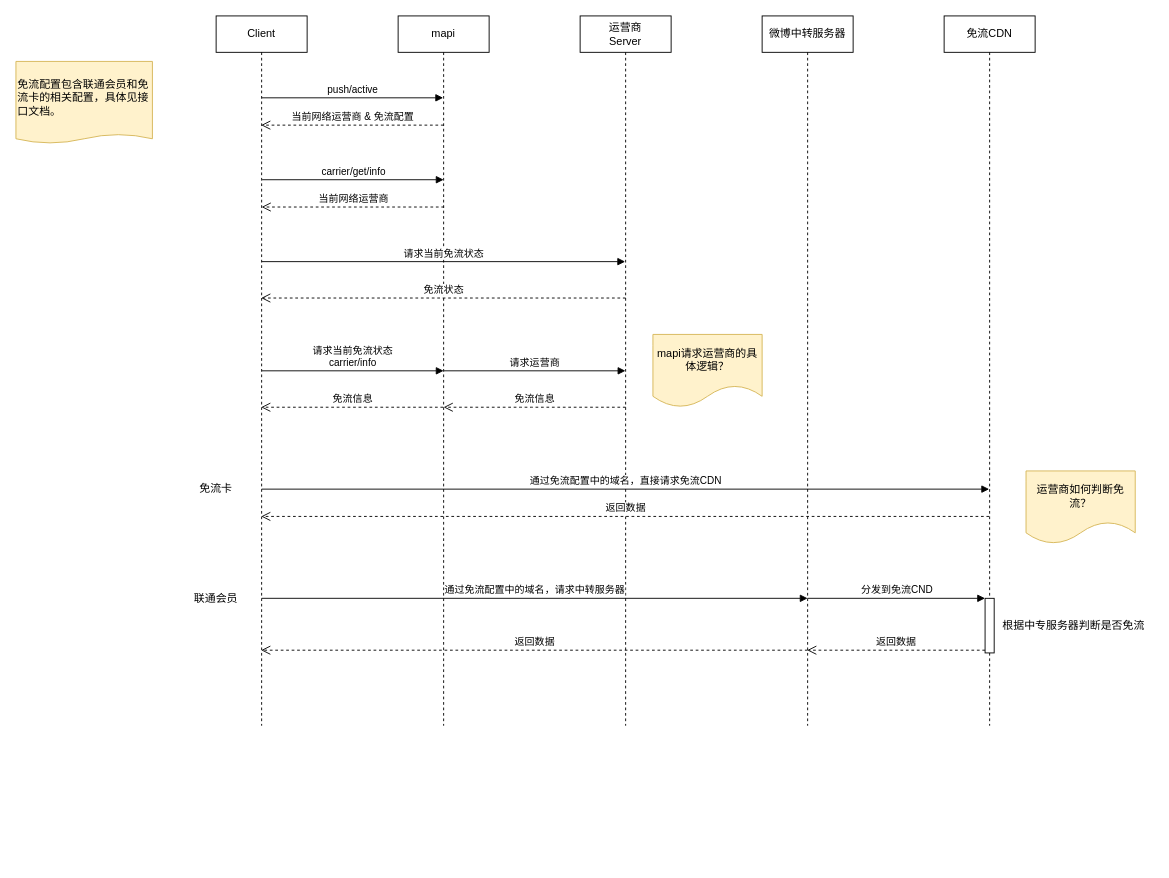
Earlier version of the draw.io diagram page "时序图" (2 of 2) of weibo/微博免流.drawio (huabeiyipilang/disk). Source tidied: cells renumbered, new cells numbered last; positions are measured from the earlier drawing's top-left corner, leaving out a move shared by most shapes. Both pictures are drawn from the tidied source at 91%, with x=0, y=0 at pixel (15, 15).
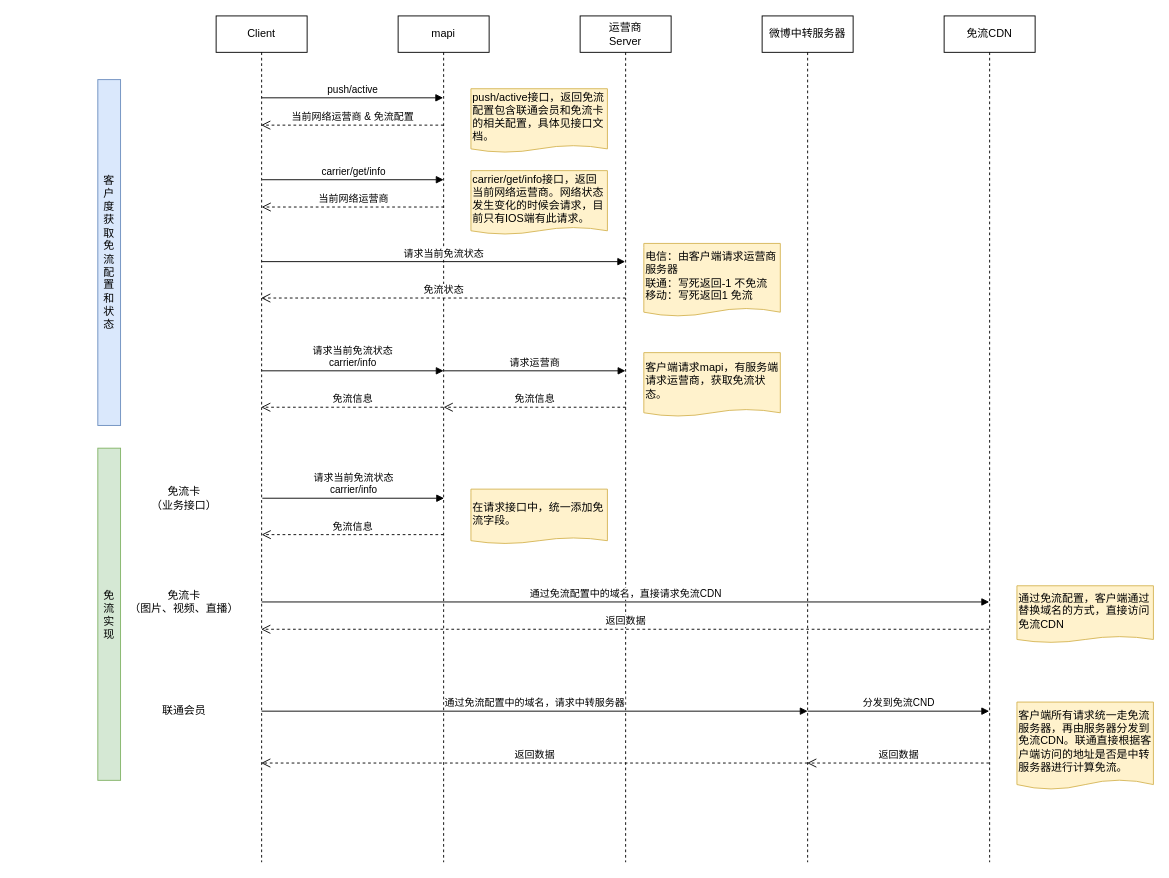
The same diagram, later.

Change to the diagram source:
```diff
@@
     <mxCell id="2" value="Client" style="shape=umlLifeline;perimeter=lifelinePerimeter;whiteSpace=wrap;html=1;outlineConnect=0;" parent="1" vertex="1">
-      <mxGeometry x="220" width="100" height="780" as="geometry" />
+      <mxGeometry x="220" width="100" height="930" as="geometry" />
     </mxCell>
@@
     <mxCell id="4" value="mapi" style="shape=umlLifeline;perimeter=lifelinePerimeter;whiteSpace=wrap;html=1;outlineConnect=0;" parent="1" vertex="1">
-      <mxGeometry x="420" width="100" height="780" as="geometry" />
+      <mxGeometry x="420" width="100" height="930" as="geometry" />
     </mxCell>
     <mxCell id="5" value="运营商&lt;br&gt;Server" style="shape=umlLifeline;perimeter=lifelinePerimeter;whiteSpace=wrap;html=1;" parent="1" vertex="1">
-      <mxGeometry x="620" width="100" height="780" as="geometry" />
+      <mxGeometry x="620" width="100" height="930" as="geometry" />
     </mxCell>
     <mxCell id="6" value="微博中转服务器" style="shape=umlLifeline;perimeter=lifelinePerimeter;whiteSpace=wrap;html=1;" parent="1" vertex="1">
-      <mxGeometry x="820" width="100" height="780" as="geometry" />
+      <mxGeometry x="820" width="100" height="930" as="geometry" />
     </mxCell>
     <mxCell id="7" value="免流CDN" style="shape=umlLifeline;perimeter=lifelinePerimeter;whiteSpace=wrap;html=1;outlineConnect=0;" parent="1" vertex="1">
-      <mxGeometry x="1020" width="100" height="780" as="geometry" />
+      <mxGeometry x="1020" width="100" height="930" as="geometry" />
     </mxCell>
@@
     <mxCell id="15" value="通过免流配置中的域名，直接请求免流CDN" style="html=1;verticalAlign=bottom;endArrow=block;" parent="1" edge="1">
       <mxGeometry relative="1" as="geometry">
-        <mxPoint x="270" y="520" as="sourcePoint" />
-        <mxPoint x="1069.5" y="520" as="targetPoint" />
+        <mxPoint x="270" y="644" as="sourcePoint" />
+        <mxPoint x="1069.5" y="644" as="targetPoint" />
       </mxGeometry>
     </mxCell>
     <mxCell id="16" value="通过免流配置中的域名，请求中转服务器" style="html=1;verticalAlign=bottom;endArrow=block;" parent="1" edge="1">
       <mxGeometry relative="1" as="geometry">
-        <mxPoint x="270" y="640" as="sourcePoint" />
-        <mxPoint x="870" y="640" as="targetPoint" />
+        <mxPoint x="270" y="764" as="sourcePoint" />
+        <mxPoint x="870" y="764" as="targetPoint" />
       </mxGeometry>
     </mxCell>
     <mxCell id="17" value="返回数据" style="html=1;verticalAlign=bottom;endArrow=open;dashed=1;endSize=8;" parent="1" edge="1">
       <mxGeometry relative="1" as="geometry">
-        <mxPoint x="1069.5" y="550" as="sourcePoint" />
-        <mxPoint x="269.5" y="550" as="targetPoint" />
+        <mxPoint x="1069.5" y="674" as="sourcePoint" />
+        <mxPoint x="269.5" y="674" as="targetPoint" />
         <Array as="points">
-          <mxPoint x="980" y="550" />
+          <mxPoint x="980" y="674" />
         </Array>
       </mxGeometry>
     </mxCell>
     <mxCell id="18" value="返回数据" style="html=1;verticalAlign=bottom;endArrow=open;dashed=1;endSize=8;" parent="1" edge="1">
       <mxGeometry relative="1" as="geometry">
-        <mxPoint x="870" y="697" as="sourcePoint" />
-        <mxPoint x="269.5" y="697" as="targetPoint" />
+        <mxPoint x="870" y="821" as="sourcePoint" />
+        <mxPoint x="269.5" y="821" as="targetPoint" />
       </mxGeometry>
     </mxCell>
-    <mxCell id="19" style="html=1;points=[];perimeter=orthogonalPerimeter;" parent="1" vertex="1">
-      <mxGeometry x="1065" y="640" width="10" height="60" as="geometry" />
-    </mxCell>
-    <mxCell id="20" value="分发到免流CND" style="html=1;verticalAlign=bottom;endArrow=block;entryX=0;entryY=0;" parent="1" edge="1" target="19">
+    <mxCell id="20" value="分发到免流CND" style="html=1;verticalAlign=bottom;endArrow=block;" parent="1" edge="1" target="7">
       <mxGeometry relative="1" as="geometry">
-        <mxPoint x="870" y="640" as="sourcePoint" />
+        <mxPoint x="870" y="764" as="sourcePoint" />
       </mxGeometry>
     </mxCell>
-    <mxCell id="21" value="返回数据" style="html=1;verticalAlign=bottom;endArrow=open;dashed=1;endSize=8;exitX=0;exitY=0.95;" parent="1" edge="1" source="19">
+    <mxCell id="21" value="返回数据" style="html=1;verticalAlign=bottom;endArrow=open;dashed=1;endSize=8;" parent="1" edge="1" source="7">
       <mxGeometry relative="1" as="geometry">
-        <mxPoint x="869.5" y="697" as="targetPoint" />
+        <mxPoint x="869.5" y="821" as="targetPoint" />
       </mxGeometry>
     </mxCell>
-    <mxCell id="22" value="&lt;span&gt;根据中专服务器判断是否免流&lt;/span&gt;" style="text;html=1;strokeColor=none;fillColor=none;align=center;verticalAlign=middle;whiteSpace=wrap;rounded=0;" parent="1" vertex="1">
-      <mxGeometry x="1075" y="660" width="175" height="20" as="geometry" />
-    </mxCell>
-    <mxCell id="23" value="&lt;span&gt;免流卡&lt;/span&gt;" style="text;html=1;strokeColor=none;fillColor=none;align=center;verticalAlign=middle;whiteSpace=wrap;rounded=0;" parent="1" vertex="1">
-      <mxGeometry x="190" y="510" width="60" height="20" as="geometry" />
+    <mxCell id="23" value="&lt;span&gt;免流卡&lt;br&gt;（图片、视频、直播）&lt;br&gt;&lt;/span&gt;" style="text;html=1;strokeColor=none;fillColor=none;align=center;verticalAlign=middle;whiteSpace=wrap;rounded=0;" parent="1" vertex="1">
+      <mxGeometry x="120" y="634" width="130" height="20" as="geometry" />
     </mxCell>
     <mxCell id="24" value="&lt;span&gt;联通会员&lt;/span&gt;" style="text;html=1;strokeColor=none;fillColor=none;align=center;verticalAlign=middle;whiteSpace=wrap;rounded=0;" parent="1" vertex="1">
-      <mxGeometry x="190" y="630" width="60" height="20" as="geometry" />
+      <mxGeometry x="155" y="754" width="60" height="20" as="geometry" />
     </mxCell>
-    <mxCell id="25" value="运营商如何判断免流？" style="shape=document;whiteSpace=wrap;html=1;boundedLbl=1;fillColor=#fff2cc;strokeColor=#d6b656;" parent="1" vertex="1">
-      <mxGeometry x="1110" y="500" width="120" height="80" as="geometry" />
-    </mxCell>
-    <mxCell id="26" value="mapi请求运营商的具体逻辑？" style="shape=document;whiteSpace=wrap;html=1;boundedLbl=1;fillColor=#fff2cc;strokeColor=#d6b656;" parent="1" vertex="1">
-      <mxGeometry x="700" y="350" width="120" height="80" as="geometry" />
-    </mxCell>
@@
-    <mxCell id="29" value="免流配置包含联通会员和免流卡的相关配置，具体见接口文档。" style="shape=document;whiteSpace=wrap;html=1;boundedLbl=1;fillColor=#fff2cc;strokeColor=#d6b656;size=0.1111111111111111;align=left;" parent="1" vertex="1">
-      <mxGeometry y="50" width="150" height="90" as="geometry" />
+    <mxCell id="29" value="push/active接口，返回免流配置包含联通会员和免流卡的相关配置，具体见接口文档。" style="shape=document;whiteSpace=wrap;html=1;boundedLbl=1;fillColor=#fff2cc;strokeColor=#d6b656;size=0.1111111111111111;align=left;" parent="1" vertex="1">
+      <mxGeometry x="500" y="80" width="150" height="70" as="geometry" />
     </mxCell>
+    <mxCell id="30" value="carrier/get/info接口，返回当前网络运营商。网络状态发生变化的时候会请求，目前只有IOS端有此请求。" style="shape=document;whiteSpace=wrap;html=1;boundedLbl=1;fillColor=#fff2cc;strokeColor=#d6b656;size=0.1111111111111111;align=left;" parent="1" vertex="1">
+      <mxGeometry x="500" y="170" width="150" height="70" as="geometry" />
+    </mxCell>
+    <mxCell id="31" value="电信：由客户端请求运营商服务器&lt;br&gt;联通：写死返回-1 不免流&lt;br&gt;移动：写死返回1 免流" style="shape=document;whiteSpace=wrap;html=1;boundedLbl=1;fillColor=#fff2cc;strokeColor=#d6b656;size=0.1111111111111111;align=left;" parent="1" vertex="1">
+      <mxGeometry x="690" y="250" width="150" height="80" as="geometry" />
+    </mxCell>
+    <mxCell id="32" value="客户端请求mapi，有服务端请求运营商，获取免流状态。" style="shape=document;whiteSpace=wrap;html=1;boundedLbl=1;fillColor=#fff2cc;strokeColor=#d6b656;size=0.1111111111111111;align=left;" parent="1" vertex="1">
+      <mxGeometry x="690" y="370" width="150" height="70" as="geometry" />
+    </mxCell>
+    <mxCell id="33" value="通过免流配置，客户端通过替换域名的方式，直接访问免流CDN" style="shape=document;whiteSpace=wrap;html=1;boundedLbl=1;fillColor=#fff2cc;strokeColor=#d6b656;size=0.1111111111111111;align=left;" parent="1" vertex="1">
+      <mxGeometry x="1100" y="626.2" width="150" height="62.5" as="geometry" />
+    </mxCell>
+    <mxCell id="34" value="请求当前免流状态&lt;br&gt;carrier/info" style="html=1;verticalAlign=bottom;endArrow=block;" parent="1" edge="1">
+      <mxGeometry relative="1" as="geometry">
+        <mxPoint x="270.8" y="530" as="sourcePoint" />
+        <mxPoint x="470.5" y="530" as="targetPoint" />
+      </mxGeometry>
+    </mxCell>
+    <mxCell id="35" value="免流信息" style="html=1;verticalAlign=bottom;endArrow=open;dashed=1;endSize=8;" parent="1" edge="1">
+      <mxGeometry relative="1" as="geometry">
+        <mxPoint x="470" y="570" as="sourcePoint" />
+        <mxPoint x="270" y="570" as="targetPoint" />
+        <Array as="points">
+          <mxPoint x="360.5" y="570" />
+        </Array>
+      </mxGeometry>
+    </mxCell>
+    <mxCell id="36" value="&lt;span&gt;免流卡&lt;br&gt;（业务接口）&lt;br&gt;&lt;/span&gt;" style="text;html=1;strokeColor=none;fillColor=none;align=center;verticalAlign=middle;whiteSpace=wrap;rounded=0;" parent="1" vertex="1">
+      <mxGeometry x="145" y="520" width="80" height="20" as="geometry" />
+    </mxCell>
+    <mxCell id="37" value="在请求接口中，统一添加免流字段。" style="shape=document;whiteSpace=wrap;html=1;boundedLbl=1;fillColor=#fff2cc;strokeColor=#d6b656;size=0.1111111111111111;align=left;" parent="1" vertex="1">
+      <mxGeometry x="500" y="520" width="150" height="60" as="geometry" />
+    </mxCell>
+    <mxCell id="38" value="客户端所有请求统一走免流服务器，再由服务器分发到免流CDN。联通直接根据客户端访问的地址是否是中转服务器进行计算免流。" style="shape=document;whiteSpace=wrap;html=1;boundedLbl=1;fillColor=#fff2cc;strokeColor=#d6b656;size=0.1111111111111111;align=left;" parent="1" vertex="1">
+      <mxGeometry x="1100" y="754" width="150" height="96" as="geometry" />
+    </mxCell>
+    <mxCell id="39" value="客户度获取免流&lt;br&gt;配置和状态" style="rounded=0;whiteSpace=wrap;html=1;fillColor=#dae8fc;strokeColor=#6c8ebf;" parent="1" vertex="1">
+      <mxGeometry x="90" y="70" width="25" height="380" as="geometry" />
+    </mxCell>
+    <mxCell id="40" value="免流实现" style="rounded=0;whiteSpace=wrap;html=1;fillColor=#d5e8d4;strokeColor=#82b366;" parent="1" vertex="1">
+      <mxGeometry x="90" y="475" width="25" height="365" as="geometry" />
+    </mxCell>
```
